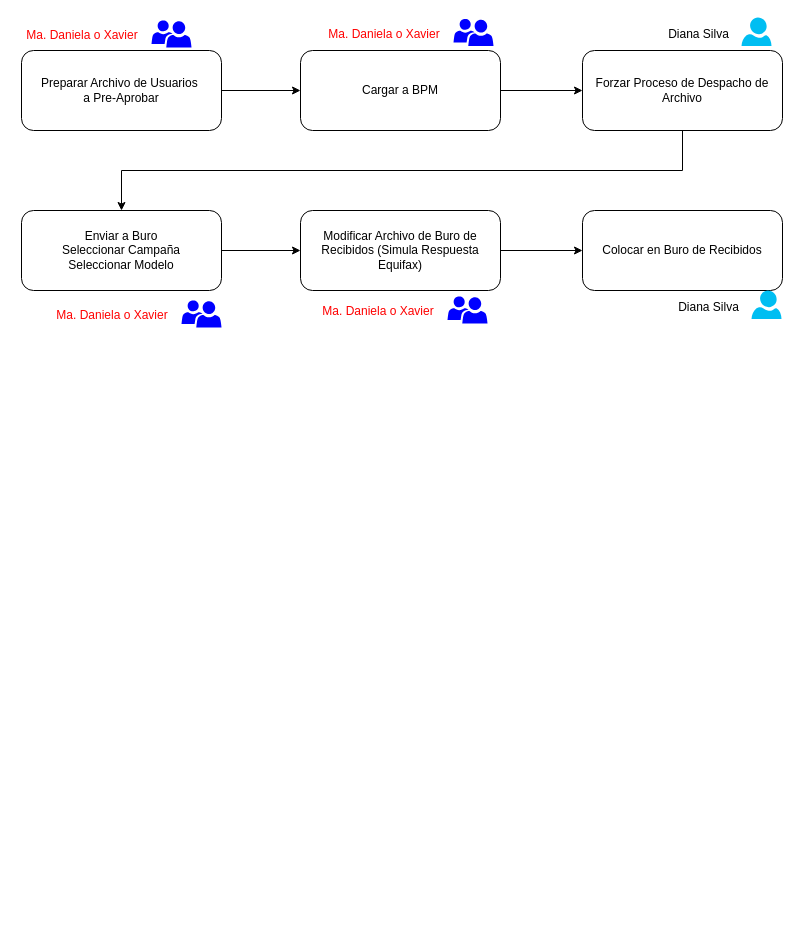
Above: page "Flujo de Pre-Calificación" (20 of 20) of Untitled Diagram.drawio in jrocafuerte/BookStore (draw.io), before the change. Source tidied: cells renumbered, new cells numbered last; positions are measured from the earlier drawing's top-left corner, leaving out a move shared by most shapes. Both pictures are drawn from the tidied source at 100%, with x=0, y=0 at pixel (17, 17).
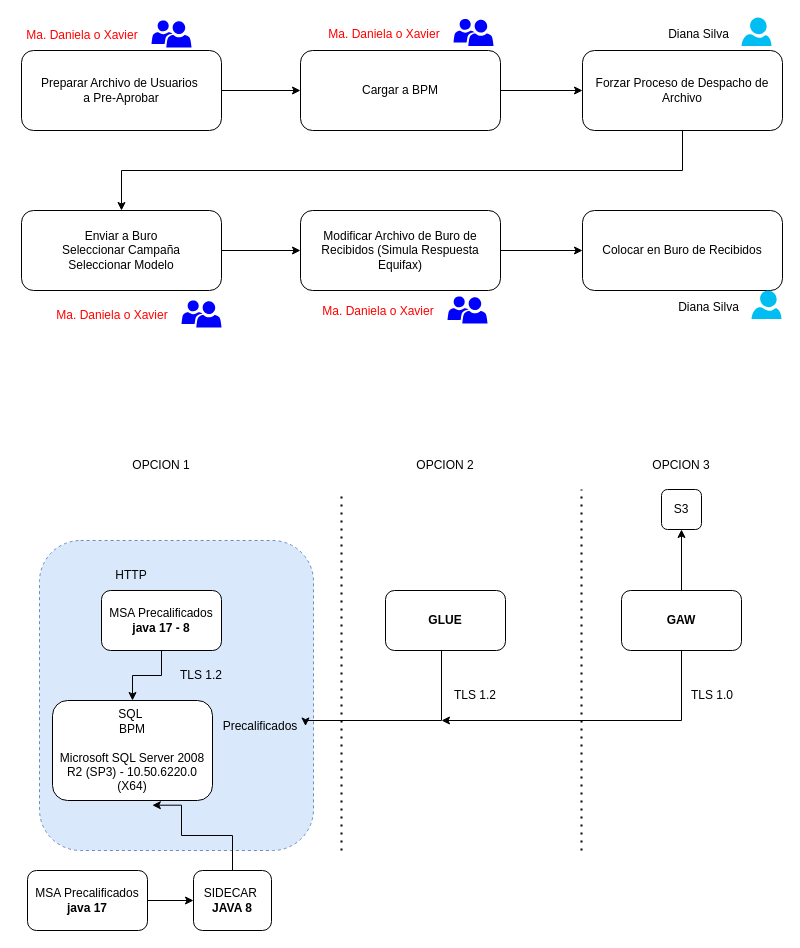
After the change.

The edit, as a diff of the source:
```diff
@@
+    <mxCell id="25" style="rounded=1;whiteSpace=wrap;html=1;fillColor=#dae8fc;strokeColor=#6c8ebf;dashed=1;" parent="1" vertex="1">
+      <mxGeometry x="22" y="523" width="274" height="310" as="geometry" />
+    </mxCell>
@@
+    <mxCell id="26" value="SQL&amp;nbsp;&lt;div&gt;BPM&lt;/div&gt;&lt;div&gt;&lt;br&gt;&lt;/div&gt;&lt;div&gt;&lt;span dir=&quot;ltr&quot; class=&quot;ui-provider ed biy bfh bzy bzz caa cab cac cae caf cag cah cai caj cak cal cam can cao cap caq car cas cat cau cav caw cax cay caz cba cbb cbc cbd cbe&quot;&gt;Microsoft SQL Server 2008 R2 (SP3) - 10.50.6220.0 (X64)&lt;/span&gt;&lt;br&gt;&lt;/div&gt;" style="rounded=1;whiteSpace=wrap;html=1;" parent="1" vertex="1">
+      <mxGeometry x="35" y="683" width="160" height="100" as="geometry" />
+    </mxCell>
+    <mxCell id="27" value="Precalificados" style="text;html=1;align=center;verticalAlign=middle;whiteSpace=wrap;rounded=0;" parent="1" vertex="1">
+      <mxGeometry x="198" y="686" width="90" height="45" as="geometry" />
+    </mxCell>
+    <mxCell id="28" style="edgeStyle=orthogonalEdgeStyle;rounded=0;jettySize=auto;html=1;" parent="1" edge="1" source="29" target="26">
+      <mxGeometry relative="1" as="geometry" />
+    </mxCell>
+    <mxCell id="29" value="MSA Precalificados&lt;div&gt;&lt;b&gt;java 17 - 8&lt;/b&gt;&lt;/div&gt;" style="rounded=1;whiteSpace=wrap;html=1;" parent="1" vertex="1">
+      <mxGeometry x="84" y="573" width="120" height="60" as="geometry" />
+    </mxCell>
+    <mxCell id="30" value="TLS 1.2" style="text;html=1;align=center;verticalAlign=middle;whiteSpace=wrap;rounded=0;" parent="1" vertex="1">
+      <mxGeometry x="154" y="643" width="60" height="30" as="geometry" />
+    </mxCell>
+    <mxCell id="31" value="HTTP" style="text;html=1;align=center;verticalAlign=middle;whiteSpace=wrap;rounded=0;" parent="1" vertex="1">
+      <mxGeometry x="84" y="543" width="60" height="30" as="geometry" />
+    </mxCell>
+    <mxCell id="32" style="edgeStyle=orthogonalEdgeStyle;rounded=0;jettySize=auto;html=1;entryX=1;entryY=0.5;entryDx=0;entryDy=0;" parent="1" edge="1" source="33" target="27">
+      <mxGeometry relative="1" as="geometry">
+        <Array as="points">
+          <mxPoint x="424" y="703" />
+        </Array>
+      </mxGeometry>
+    </mxCell>
+    <mxCell id="33" value="&lt;b&gt;GLUE&lt;/b&gt;" style="rounded=1;whiteSpace=wrap;html=1;" parent="1" vertex="1">
+      <mxGeometry x="368" y="573" width="120" height="60" as="geometry" />
+    </mxCell>
+    <mxCell id="34" value="TLS 1.2" style="text;html=1;align=center;verticalAlign=middle;whiteSpace=wrap;rounded=0;" parent="1" vertex="1">
+      <mxGeometry x="428" y="663" width="60" height="30" as="geometry" />
+    </mxCell>
+    <mxCell id="35" style="edgeStyle=orthogonalEdgeStyle;rounded=0;jettySize=auto;html=1;" parent="1" edge="1" source="37">
+      <mxGeometry relative="1" as="geometry">
+        <mxPoint x="424" y="703" as="targetPoint" />
+        <Array as="points">
+          <mxPoint x="664" y="703" />
+        </Array>
+      </mxGeometry>
+    </mxCell>
+    <mxCell id="36" style="edgeStyle=orthogonalEdgeStyle;rounded=0;jettySize=auto;html=1;" parent="1" edge="1" source="37" target="38">
+      <mxGeometry relative="1" as="geometry" />
+    </mxCell>
+    <mxCell id="37" value="&lt;b&gt;GAW&lt;/b&gt;" style="rounded=1;whiteSpace=wrap;html=1;" parent="1" vertex="1">
+      <mxGeometry x="604" y="573" width="120" height="60" as="geometry" />
+    </mxCell>
+    <mxCell id="38" value="S3" style="whiteSpace=wrap;html=1;rounded=1;" parent="1" vertex="1">
+      <mxGeometry x="644" y="472" width="40" height="40" as="geometry" />
+    </mxCell>
+    <mxCell id="39" style="endArrow=none;dashed=1;html=1;dashPattern=1 3;strokeWidth=2;rounded=0;" parent="1" edge="1">
+      <mxGeometry relative="1" as="geometry">
+        <mxPoint x="324" y="833" as="sourcePoint" />
+        <mxPoint x="324" y="473" as="targetPoint" />
+      </mxGeometry>
+    </mxCell>
+    <mxCell id="40" style="endArrow=none;dashed=1;html=1;dashPattern=1 3;strokeWidth=2;rounded=0;" parent="1" edge="1">
+      <mxGeometry relative="1" as="geometry">
+        <mxPoint x="564" y="833" as="sourcePoint" />
+        <mxPoint x="564" y="472" as="targetPoint" />
+      </mxGeometry>
+    </mxCell>
+    <mxCell id="41" value="OPCION 2" style="text;html=1;align=center;verticalAlign=middle;whiteSpace=wrap;rounded=0;" parent="1" vertex="1">
+      <mxGeometry x="398" y="433" width="60" height="30" as="geometry" />
+    </mxCell>
+    <mxCell id="42" value="OPCION 3" style="text;html=1;align=center;verticalAlign=middle;whiteSpace=wrap;rounded=0;" parent="1" vertex="1">
+      <mxGeometry x="634" y="433" width="60" height="30" as="geometry" />
+    </mxCell>
+    <mxCell id="43" value="TLS 1.0" style="text;html=1;align=center;verticalAlign=middle;whiteSpace=wrap;rounded=0;" parent="1" vertex="1">
+      <mxGeometry x="665" y="663" width="60" height="30" as="geometry" />
+    </mxCell>
+    <mxCell id="44" value="OPCION 1" style="text;html=1;align=center;verticalAlign=middle;whiteSpace=wrap;rounded=0;" parent="1" vertex="1">
+      <mxGeometry x="114" y="433" width="60" height="30" as="geometry" />
+    </mxCell>
+    <mxCell id="45" style="edgeStyle=orthogonalEdgeStyle;rounded=0;jettySize=auto;html=1;entryX=0;entryY=0.5;entryDx=0;entryDy=0;" parent="1" edge="1" source="46" target="47">
+      <mxGeometry relative="1" as="geometry" />
+    </mxCell>
+    <mxCell id="46" value="MSA Precalificados&lt;div&gt;&lt;b&gt;java 17&lt;/b&gt;&lt;/div&gt;" style="rounded=1;whiteSpace=wrap;html=1;" parent="1" vertex="1">
+      <mxGeometry x="10" y="853" width="120" height="60" as="geometry" />
+    </mxCell>
+    <mxCell id="47" value="&lt;div&gt;SIDECAR&lt;b&gt;&amp;nbsp;&lt;/b&gt;&lt;/div&gt;&lt;div&gt;&lt;b&gt;JAVA 8&lt;/b&gt;&lt;/div&gt;" style="rounded=1;whiteSpace=wrap;html=1;" parent="1" vertex="1">
+      <mxGeometry x="176" y="853" width="78" height="60" as="geometry" />
+    </mxCell>
+    <mxCell id="48" style="edgeStyle=orthogonalEdgeStyle;rounded=0;jettySize=auto;html=1;entryX=0.624;entryY=1.047;entryDx=0;entryDy=0;entryPerimeter=0;" parent="1" edge="1" source="47" target="26">
+      <mxGeometry relative="1" as="geometry">
+        <Array as="points">
+          <mxPoint x="215" y="818" />
+          <mxPoint x="164" y="818" />
+        </Array>
+      </mxGeometry>
+    </mxCell>
```
